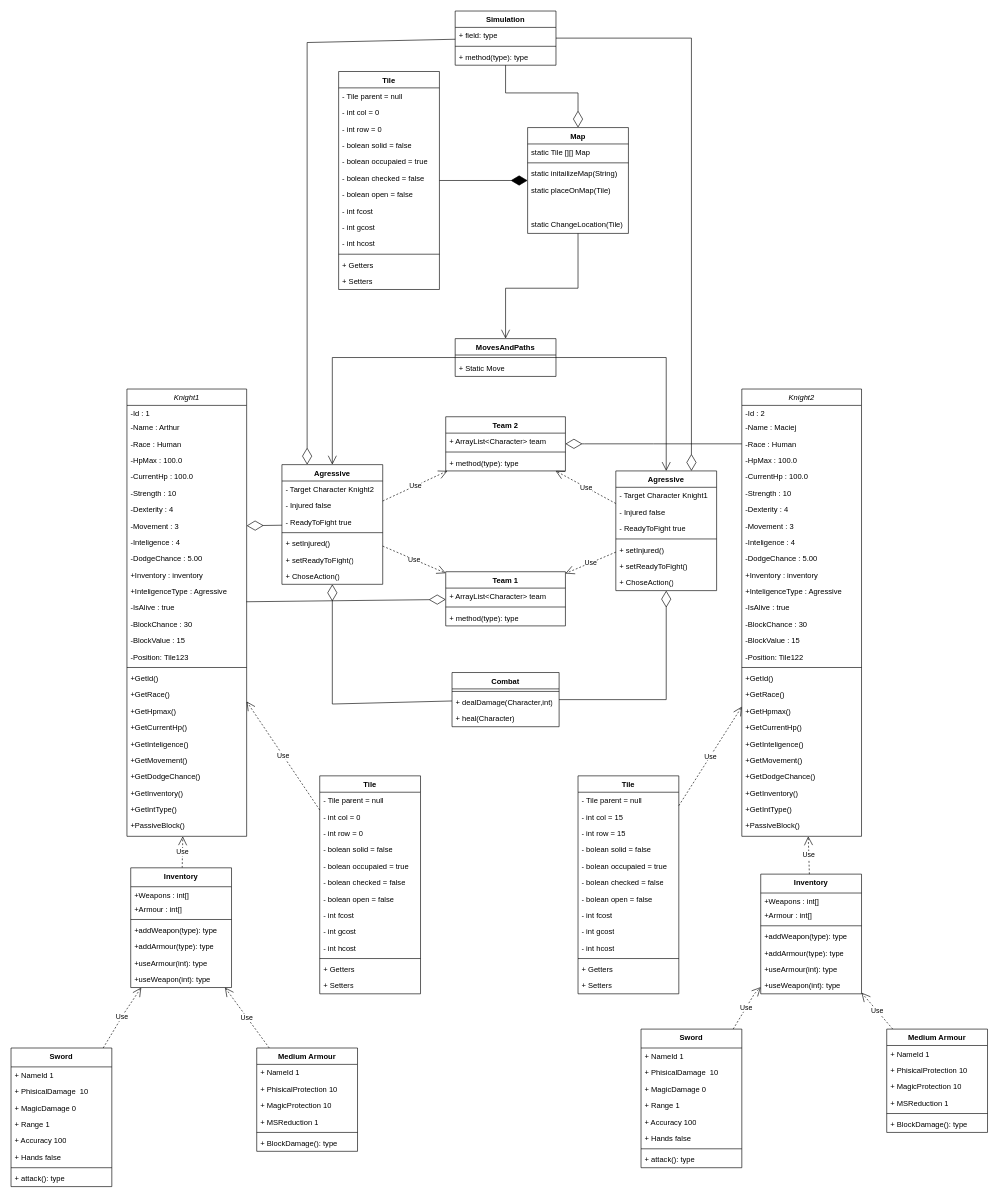
Jolowizzard/Fantasy_Battle_Simulation keeps this draw.io diagram as ClassDiagramCompleted.drawio. Above is the earlier version. Source tidied: cells renumbered, new cells numbered last; positions are measured from the earlier drawing's top-left corner, leaving out a move shared by most shapes. Both pictures are drawn from the tidied source at 63%, with x=0, y=0 at pixel (11, 11).
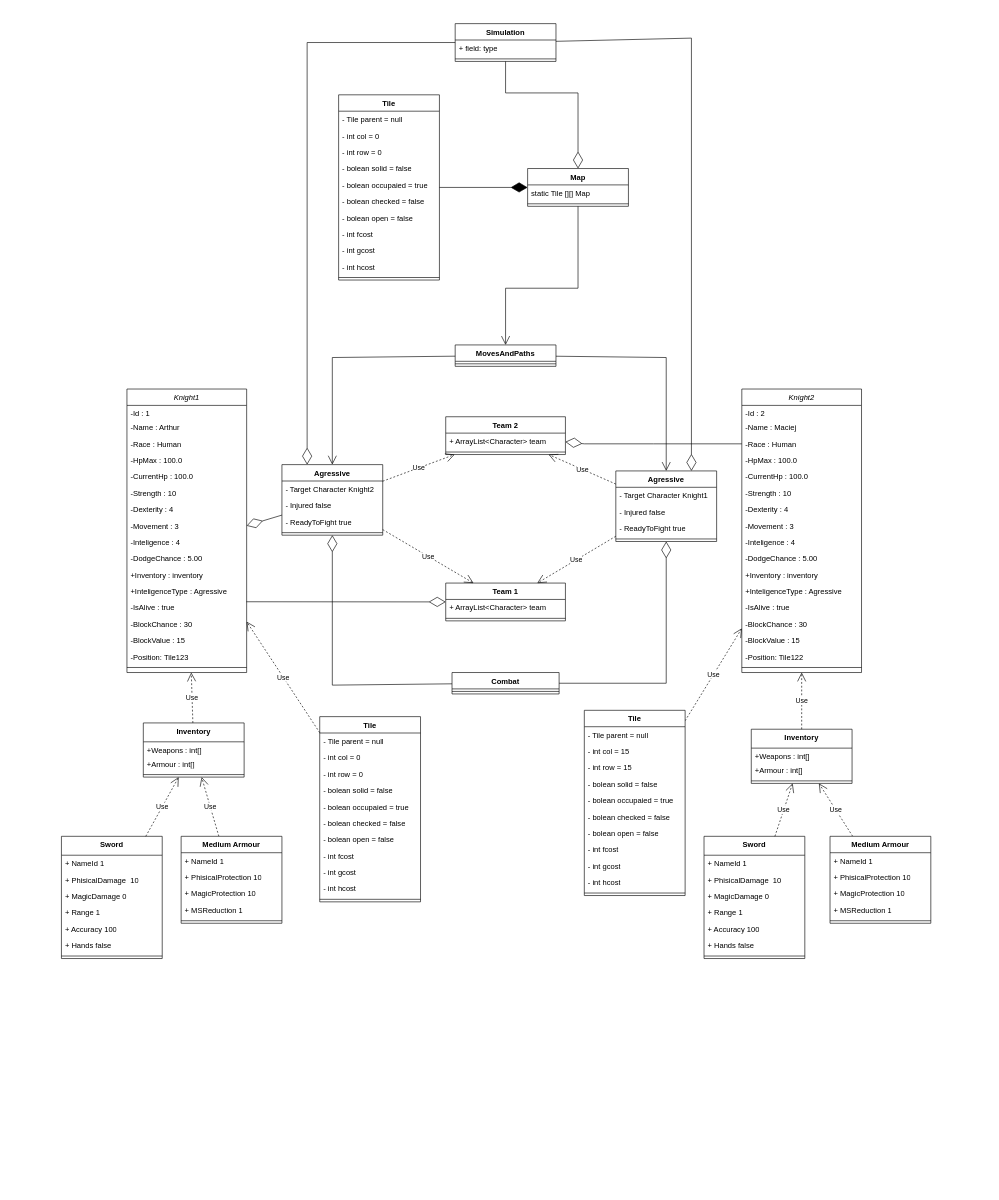
After the change.

The edit, as a diff of the source:
```diff
@@
     <mxCell id="2" value="Map" style="swimlane;fontStyle=1;align=center;verticalAlign=top;horizontal=1;startSize=26;whiteSpace=wrap;html=1;" parent="1" vertex="1">
-      <mxGeometry x="820" y="185" width="160" height="168" as="geometry" />
+      <mxGeometry x="820" y="250" width="160" height="60" as="geometry" />
     </mxCell>
@@
-    <mxCell id="5" value="static initailizeMap(String)" style="text;strokeColor=none;fillColor=none;align=left;verticalAlign=top;spacingLeft=4;spacingRight=4;overflow=hidden;whiteSpace=wrap;html=1;" parent="2" vertex="1">
-      <mxGeometry y="60" width="160" height="26" as="geometry" />
-    </mxCell>
-    <mxCell id="6" value="static placeOnMap(Tile)" style="text;strokeColor=none;fillColor=none;align=left;verticalAlign=top;spacingLeft=4;spacingRight=4;overflow=hidden;whiteSpace=wrap;html=1;" parent="2" vertex="1">
-      <mxGeometry y="86" width="160" height="54" as="geometry" />
-    </mxCell>
-    <mxCell id="7" value="static ChangeLocation(Tile)" style="text;strokeColor=none;fillColor=none;align=left;verticalAlign=top;spacingLeft=4;spacingRight=4;overflow=hidden;whiteSpace=wrap;html=1;" parent="2" vertex="1">
-      <mxGeometry y="140" width="160" height="28" as="geometry" />
-    </mxCell>
     <mxCell id="8" value="Tile" style="swimlane;fontStyle=1;align=center;verticalAlign=top;horizontal=1;startSize=26;whiteSpace=wrap;html=1;" parent="1" vertex="1">
-      <mxGeometry x="490" y="1214" width="160" height="346" as="geometry" />
+      <mxGeometry x="490" y="1120" width="160" height="294" as="geometry" />
     </mxCell>
@@
-    <mxCell id="20" value="+ Getters" style="text;strokeColor=none;fillColor=none;align=left;verticalAlign=top;spacingLeft=4;spacingRight=4;overflow=hidden;whiteSpace=wrap;html=1;" parent="8" vertex="1">
-      <mxGeometry y="294" width="160" height="26" as="geometry" />
-    </mxCell>
-    <mxCell id="21" value="+ Setters" style="text;strokeColor=none;fillColor=none;align=left;verticalAlign=top;spacingLeft=4;spacingRight=4;overflow=hidden;whiteSpace=wrap;html=1;" parent="8" vertex="1">
-      <mxGeometry y="320" width="160" height="26" as="geometry" />
-    </mxCell>
     <mxCell id="22" value="MovesAndPaths" style="swimlane;fontStyle=1;align=center;verticalAlign=top;horizontal=1;startSize=26;whiteSpace=wrap;html=1;" parent="1" vertex="1">
-      <mxGeometry x="705" y="520" width="160" height="60" as="geometry" />
+      <mxGeometry x="705" y="530" width="160" height="34" as="geometry" />
     </mxCell>
@@
-    <mxCell id="24" value="+ Static Move" style="text;strokeColor=none;fillColor=none;align=left;verticalAlign=top;spacingLeft=4;spacingRight=4;overflow=hidden;whiteSpace=wrap;html=1;" parent="22" vertex="1">
-      <mxGeometry y="34" width="160" height="26" as="geometry" />
-    </mxCell>
@@
     <mxCell id="26" value="Inventory" style="swimlane;fontStyle=1;align=center;verticalAlign=top;horizontal=1;startSize=30;whiteSpace=wrap;html=1;" parent="1" vertex="1">
-      <mxGeometry x="1190" y="1370" width="160" height="190" as="geometry" />
+      <mxGeometry x="1175" y="1140" width="160" height="86" as="geometry" />
     </mxCell>
@@
-    <mxCell id="30" value="+addWeapon(type): type" style="text;strokeColor=none;fillColor=none;align=left;verticalAlign=top;spacingLeft=4;spacingRight=4;overflow=hidden;whiteSpace=wrap;html=1;" parent="26" vertex="1">
-      <mxGeometry y="86" width="160" height="26" as="geometry" />
-    </mxCell>
-    <mxCell id="31" value="+addArmour(type): type" style="text;strokeColor=none;fillColor=none;align=left;verticalAlign=top;spacingLeft=4;spacingRight=4;overflow=hidden;whiteSpace=wrap;html=1;" parent="26" vertex="1">
-      <mxGeometry y="112" width="160" height="26" as="geometry" />
-    </mxCell>
-    <mxCell id="32" value="+useArmour(int): type" style="text;strokeColor=none;fillColor=none;align=left;verticalAlign=top;spacingLeft=4;spacingRight=4;overflow=hidden;whiteSpace=wrap;html=1;" parent="26" vertex="1">
-      <mxGeometry y="138" width="160" height="26" as="geometry" />
-    </mxCell>
-    <mxCell id="33" value="+useWeapon(int): type" style="text;strokeColor=none;fillColor=none;align=left;verticalAlign=top;spacingLeft=4;spacingRight=4;overflow=hidden;whiteSpace=wrap;html=1;" parent="26" vertex="1">
-      <mxGeometry y="164" width="160" height="26" as="geometry" />
-    </mxCell>
@@
     <mxCell id="35" value="Simulation" style="swimlane;fontStyle=1;align=center;verticalAlign=top;horizontal=1;startSize=26;whiteSpace=wrap;html=1;" parent="1" vertex="1">
-      <mxGeometry x="705" width="160" height="86" as="geometry" />
+      <mxGeometry x="705" y="20" width="160" height="60" as="geometry" />
     </mxCell>
@@
-    <mxCell id="38" value="+ method(type): type" style="text;strokeColor=none;fillColor=none;align=left;verticalAlign=top;spacingLeft=4;spacingRight=4;overflow=hidden;whiteSpace=wrap;html=1;" parent="35" vertex="1">
-      <mxGeometry y="60" width="160" height="26" as="geometry" />
-    </mxCell>
     <mxCell id="39" value="Combat" style="swimlane;fontStyle=1;align=center;verticalAlign=top;horizontal=1;startSize=26;whiteSpace=wrap;html=1;" parent="1" vertex="1">
-      <mxGeometry x="700" y="1050" width="170" height="86" as="geometry" />
+      <mxGeometry x="700" y="1050" width="170" height="34" as="geometry" />
     </mxCell>
@@
-    <mxCell id="41" value="+ dealDamage(Character,int)" style="text;strokeColor=none;fillColor=none;align=left;verticalAlign=top;spacingLeft=4;spacingRight=4;overflow=hidden;whiteSpace=wrap;html=1;" parent="39" vertex="1">
-      <mxGeometry y="34" width="170" height="26" as="geometry" />
-    </mxCell>
-    <mxCell id="42" value="+ heal(Character)" style="text;strokeColor=none;fillColor=none;align=left;verticalAlign=top;spacingLeft=4;spacingRight=4;overflow=hidden;whiteSpace=wrap;html=1;" parent="39" vertex="1">
-      <mxGeometry y="60" width="170" height="26" as="geometry" />
-    </mxCell>
@@
     <mxCell id="44" value="Team 2" style="swimlane;fontStyle=1;align=center;verticalAlign=top;horizontal=1;startSize=26;whiteSpace=wrap;html=1;" parent="1" vertex="1">
-      <mxGeometry x="690" y="644" width="190" height="86" as="geometry" />
+      <mxGeometry x="690" y="644" width="190" height="60" as="geometry" />
     </mxCell>
@@
-    <mxCell id="47" value="+ method(type): type" style="text;strokeColor=none;fillColor=none;align=left;verticalAlign=top;spacingLeft=4;spacingRight=4;overflow=hidden;whiteSpace=wrap;html=1;" parent="44" vertex="1">
-      <mxGeometry y="60" width="190" height="26" as="geometry" />
-    </mxCell>
@@
     <mxCell id="50" value="Medium Armour" style="swimlane;fontStyle=1;align=center;verticalAlign=top;horizontal=1;startSize=26;whiteSpace=wrap;html=1;" parent="1" vertex="1">
-      <mxGeometry x="1390" y="1616" width="160" height="164" as="geometry" />
+      <mxGeometry x="1300" y="1310" width="160" height="138" as="geometry" />
     </mxCell>
@@
-    <mxCell id="56" value="+ BlockDamage(): type" style="text;strokeColor=none;fillColor=none;align=left;verticalAlign=top;spacingLeft=4;spacingRight=4;overflow=hidden;whiteSpace=wrap;html=1;" parent="50" vertex="1">
-      <mxGeometry y="138" width="160" height="26" as="geometry" />
-    </mxCell>
     <mxCell id="57" value="Sword" style="swimlane;fontStyle=1;align=center;verticalAlign=top;horizontal=1;startSize=30;whiteSpace=wrap;html=1;" parent="1" vertex="1">
-      <mxGeometry x="1000" y="1616" width="160" height="220" as="geometry" />
+      <mxGeometry x="1100" y="1310" width="160" height="194" as="geometry" />
     </mxCell>
@@
-    <mxCell id="65" value="+ attack(): type" style="text;strokeColor=none;fillColor=none;align=left;verticalAlign=top;spacingLeft=4;spacingRight=4;overflow=hidden;whiteSpace=wrap;html=1;" parent="57" vertex="1">
-      <mxGeometry y="194" width="160" height="26" as="geometry" />
-    </mxCell>
-    <mxCell id="66" value="Use" style="endArrow=open;endSize=12;dashed=1;html=1;rounded=0;" parent="1" edge="1" source="57" target="26">
-      <mxGeometry relative="1" as="geometry">
-        <Array as="points">
-          <mxPoint x="1180" y="1560" />
-        </Array>
-      </mxGeometry>
-    </mxCell>
     <mxCell id="67" value="Agressive" style="swimlane;fontStyle=1;align=center;verticalAlign=top;horizontal=1;startSize=26;whiteSpace=wrap;html=1;" parent="1" vertex="1">
-      <mxGeometry x="430" y="720" width="160" height="190" as="geometry" />
+      <mxGeometry x="430" y="720" width="160" height="112" as="geometry" />
     </mxCell>
@@
-    <mxCell id="72" value="+ setInjured()" style="text;strokeColor=none;fillColor=none;align=left;verticalAlign=top;spacingLeft=4;spacingRight=4;overflow=hidden;whiteSpace=wrap;html=1;" parent="67" vertex="1">
-      <mxGeometry y="112" width="160" height="26" as="geometry" />
-    </mxCell>
-    <mxCell id="73" value="+ setReadyToFight()" style="text;strokeColor=none;fillColor=none;align=left;verticalAlign=top;spacingLeft=4;spacingRight=4;overflow=hidden;whiteSpace=wrap;html=1;" parent="67" vertex="1">
-      <mxGeometry y="138" width="160" height="26" as="geometry" />
-    </mxCell>
-    <mxCell id="74" value="+ ChoseAction()" style="text;strokeColor=none;fillColor=none;align=left;verticalAlign=top;spacingLeft=4;spacingRight=4;overflow=hidden;whiteSpace=wrap;html=1;" parent="67" vertex="1">
-      <mxGeometry y="164" width="160" height="26" as="geometry" />
-    </mxCell>
     <mxCell id="75" value="Knight1" style="swimlane;fontStyle=2;align=center;verticalAlign=top;horizontal=1;startSize=26;rounded=0;shadow=0;strokeWidth=1;" parent="1" vertex="1">
-      <mxGeometry x="184" y="600" width="190" height="710" as="geometry" />
+      <mxGeometry x="184" y="600" width="190" height="450" as="geometry" />
     </mxCell>
@@
-    <mxCell id="93" value="+GetId()" style="text;align=left;verticalAlign=top;spacingLeft=4;spacingRight=4;overflow=hidden;" parent="75" vertex="1">
-      <mxGeometry y="446" width="190" height="26" as="geometry" />
-    </mxCell>
-    <mxCell id="94" value="+GetRace()" style="text;align=left;verticalAlign=top;spacingLeft=4;spacingRight=4;overflow=hidden;" parent="75" vertex="1">
-      <mxGeometry y="472" width="190" height="26" as="geometry" />
-    </mxCell>
-    <mxCell id="95" value="+GetHpmax()" style="text;align=left;verticalAlign=top;spacingLeft=4;spacingRight=4;overflow=hidden;" parent="75" vertex="1">
-      <mxGeometry y="498" width="190" height="26" as="geometry" />
-    </mxCell>
-    <mxCell id="96" value="+GetCurrentHp()" style="text;align=left;verticalAlign=top;spacingLeft=4;spacingRight=4;overflow=hidden;" parent="75" vertex="1">
-      <mxGeometry y="524" width="190" height="26" as="geometry" />
-    </mxCell>
-    <mxCell id="97" value="+GetInteligence()" style="text;align=left;verticalAlign=top;spacingLeft=4;spacingRight=4;overflow=hidden;" parent="75" vertex="1">
-      <mxGeometry y="550" width="190" height="26" as="geometry" />
-    </mxCell>
-    <mxCell id="98" value="+GetMovement()" style="text;align=left;verticalAlign=top;spacingLeft=4;spacingRight=4;overflow=hidden;" parent="75" vertex="1">
-      <mxGeometry y="576" width="190" height="26" as="geometry" />
-    </mxCell>
-    <mxCell id="99" value="+GetDodgeChance()" style="text;align=left;verticalAlign=top;spacingLeft=4;spacingRight=4;overflow=hidden;" parent="75" vertex="1">
-      <mxGeometry y="602" width="190" height="26" as="geometry" />
-    </mxCell>
-    <mxCell id="100" value="+GetInventory()" style="text;align=left;verticalAlign=top;spacingLeft=4;spacingRight=4;overflow=hidden;" parent="75" vertex="1">
-      <mxGeometry y="628" width="190" height="26" as="geometry" />
-    </mxCell>
-    <mxCell id="101" value="+GetIntType()" style="text;align=left;verticalAlign=top;spacingLeft=4;spacingRight=4;overflow=hidden;" parent="75" vertex="1">
-      <mxGeometry y="654" width="190" height="26" as="geometry" />
-    </mxCell>
-    <mxCell id="102" value="+PassiveBlock()" style="text;align=left;verticalAlign=top;spacingLeft=4;spacingRight=4;overflow=hidden;" parent="75" vertex="1">
-      <mxGeometry y="680" width="190" height="26" as="geometry" />
-    </mxCell>
     <mxCell id="103" value="Knight2" style="swimlane;fontStyle=2;align=center;verticalAlign=top;horizontal=1;startSize=26;rounded=0;shadow=0;strokeWidth=1;" parent="1" vertex="1">
-      <mxGeometry x="1160" y="600" width="190" height="710" as="geometry" />
+      <mxGeometry x="1160" y="600" width="190" height="450" as="geometry" />
     </mxCell>
@@
-    <mxCell id="121" value="+GetId()" style="text;align=left;verticalAlign=top;spacingLeft=4;spacingRight=4;overflow=hidden;" parent="103" vertex="1">
-      <mxGeometry y="446" width="190" height="26" as="geometry" />
-    </mxCell>
-    <mxCell id="122" value="+GetRace()" style="text;align=left;verticalAlign=top;spacingLeft=4;spacingRight=4;overflow=hidden;" parent="103" vertex="1">
-      <mxGeometry y="472" width="190" height="26" as="geometry" />
-    </mxCell>
-    <mxCell id="123" value="+GetHpmax()" style="text;align=left;verticalAlign=top;spacingLeft=4;spacingRight=4;overflow=hidden;" parent="103" vertex="1">
-      <mxGeometry y="498" width="190" height="26" as="geometry" />
-    </mxCell>
-    <mxCell id="124" value="+GetCurrentHp()" style="text;align=left;verticalAlign=top;spacingLeft=4;spacingRight=4;overflow=hidden;" parent="103" vertex="1">
-      <mxGeometry y="524" width="190" height="26" as="geometry" />
-    </mxCell>
-    <mxCell id="125" value="+GetInteligence()" style="text;align=left;verticalAlign=top;spacingLeft=4;spacingRight=4;overflow=hidden;" parent="103" vertex="1">
-      <mxGeometry y="550" width="190" height="26" as="geometry" />
-    </mxCell>
-    <mxCell id="126" value="+GetMovement()" style="text;align=left;verticalAlign=top;spacingLeft=4;spacingRight=4;overflow=hidden;" parent="103" vertex="1">
-      <mxGeometry y="576" width="190" height="26" as="geometry" />
-    </mxCell>
-    <mxCell id="127" value="+GetDodgeChance()" style="text;align=left;verticalAlign=top;spacingLeft=4;spacingRight=4;overflow=hidden;" parent="103" vertex="1">
-      <mxGeometry y="602" width="190" height="26" as="geometry" />
-    </mxCell>
-    <mxCell id="128" value="+GetInventory()" style="text;align=left;verticalAlign=top;spacingLeft=4;spacingRight=4;overflow=hidden;" parent="103" vertex="1">
-      <mxGeometry y="628" width="190" height="26" as="geometry" />
-    </mxCell>
-    <mxCell id="129" value="+GetIntType()" style="text;align=left;verticalAlign=top;spacingLeft=4;spacingRight=4;overflow=hidden;" parent="103" vertex="1">
-      <mxGeometry y="654" width="190" height="26" as="geometry" />
-    </mxCell>
-    <mxCell id="130" value="+PassiveBlock()" style="text;align=left;verticalAlign=top;spacingLeft=4;spacingRight=4;overflow=hidden;" parent="103" vertex="1">
-      <mxGeometry y="680" width="190" height="26" as="geometry" />
-    </mxCell>
@@
     <mxCell id="132" value="Team 1" style="swimlane;fontStyle=1;align=center;verticalAlign=top;horizontal=1;startSize=26;whiteSpace=wrap;html=1;" parent="1" vertex="1">
-      <mxGeometry x="690" y="890" width="190" height="86" as="geometry" />
+      <mxGeometry x="690" y="908" width="190" height="60" as="geometry" />
     </mxCell>
@@
-    <mxCell id="135" value="+ method(type): type" style="text;strokeColor=none;fillColor=none;align=left;verticalAlign=top;spacingLeft=4;spacingRight=4;overflow=hidden;whiteSpace=wrap;html=1;" parent="132" vertex="1">
-      <mxGeometry y="60" width="190" height="26" as="geometry" />
-    </mxCell>
@@
     <mxCell id="138" value="Inventory" style="swimlane;fontStyle=1;align=center;verticalAlign=top;horizontal=1;startSize=30;whiteSpace=wrap;html=1;" parent="1" vertex="1">
-      <mxGeometry x="190" y="1360" width="160" height="190" as="geometry" />
+      <mxGeometry x="210" y="1130" width="160" height="86" as="geometry" />
     </mxCell>
@@
-    <mxCell id="142" value="+addWeapon(type): type" style="text;strokeColor=none;fillColor=none;align=left;verticalAlign=top;spacingLeft=4;spacingRight=4;overflow=hidden;whiteSpace=wrap;html=1;" parent="138" vertex="1">
-      <mxGeometry y="86" width="160" height="26" as="geometry" />
-    </mxCell>
-    <mxCell id="143" value="+addArmour(type): type" style="text;strokeColor=none;fillColor=none;align=left;verticalAlign=top;spacingLeft=4;spacingRight=4;overflow=hidden;whiteSpace=wrap;html=1;" parent="138" vertex="1">
-      <mxGeometry y="112" width="160" height="26" as="geometry" />
-    </mxCell>
-    <mxCell id="144" value="+useArmour(int): type" style="text;strokeColor=none;fillColor=none;align=left;verticalAlign=top;spacingLeft=4;spacingRight=4;overflow=hidden;whiteSpace=wrap;html=1;" parent="138" vertex="1">
-      <mxGeometry y="138" width="160" height="26" as="geometry" />
-    </mxCell>
-    <mxCell id="145" value="+useWeapon(int): type" style="text;strokeColor=none;fillColor=none;align=left;verticalAlign=top;spacingLeft=4;spacingRight=4;overflow=hidden;whiteSpace=wrap;html=1;" parent="138" vertex="1">
-      <mxGeometry y="164" width="160" height="26" as="geometry" />
-    </mxCell>
@@
     <mxCell id="147" value="Medium Armour" style="swimlane;fontStyle=1;align=center;verticalAlign=top;horizontal=1;startSize=26;whiteSpace=wrap;html=1;" parent="1" vertex="1">
-      <mxGeometry x="390" y="1646" width="160" height="164" as="geometry" />
+      <mxGeometry x="270" y="1310" width="160" height="138" as="geometry" />
     </mxCell>
@@
-    <mxCell id="153" value="+ BlockDamage(): type" style="text;strokeColor=none;fillColor=none;align=left;verticalAlign=top;spacingLeft=4;spacingRight=4;overflow=hidden;whiteSpace=wrap;html=1;" parent="147" vertex="1">
-      <mxGeometry y="138" width="160" height="26" as="geometry" />
-    </mxCell>
     <mxCell id="154" value="Sword" style="swimlane;fontStyle=1;align=center;verticalAlign=top;horizontal=1;startSize=30;whiteSpace=wrap;html=1;" parent="1" vertex="1">
-      <mxGeometry y="1646" width="160" height="220" as="geometry" />
+      <mxGeometry x="80" y="1310" width="160" height="194" as="geometry" />
     </mxCell>
@@
-    <mxCell id="162" value="+ attack(): type" style="text;strokeColor=none;fillColor=none;align=left;verticalAlign=top;spacingLeft=4;spacingRight=4;overflow=hidden;whiteSpace=wrap;html=1;" parent="154" vertex="1">
-      <mxGeometry y="194" width="160" height="26" as="geometry" />
-    </mxCell>
-    <mxCell id="163" value="Use" style="endArrow=open;endSize=12;dashed=1;html=1;rounded=0;" parent="1" edge="1" source="154" target="138">
-      <mxGeometry relative="1" as="geometry">
-        <Array as="points">
-          <mxPoint x="180" y="1590" />
-        </Array>
-      </mxGeometry>
-    </mxCell>
@@
     <mxCell id="165" value="Tile" style="swimlane;fontStyle=1;align=center;verticalAlign=top;horizontal=1;startSize=26;whiteSpace=wrap;html=1;" parent="1" vertex="1">
-      <mxGeometry x="900" y="1214" width="160" height="346" as="geometry" />
+      <mxGeometry x="910" y="1110" width="160" height="294" as="geometry" />
     </mxCell>
@@
-    <mxCell id="177" value="+ Getters" style="text;strokeColor=none;fillColor=none;align=left;verticalAlign=top;spacingLeft=4;spacingRight=4;overflow=hidden;whiteSpace=wrap;html=1;" parent="165" vertex="1">
-      <mxGeometry y="294" width="160" height="26" as="geometry" />
-    </mxCell>
-    <mxCell id="178" value="+ Setters" style="text;strokeColor=none;fillColor=none;align=left;verticalAlign=top;spacingLeft=4;spacingRight=4;overflow=hidden;whiteSpace=wrap;html=1;" parent="165" vertex="1">
-      <mxGeometry y="320" width="160" height="26" as="geometry" />
-    </mxCell>
@@
     <mxCell id="180" value="Agressive" style="swimlane;fontStyle=1;align=center;verticalAlign=top;horizontal=1;startSize=26;whiteSpace=wrap;html=1;" parent="1" vertex="1">
-      <mxGeometry x="960" y="730" width="160" height="190" as="geometry" />
+      <mxGeometry x="960" y="730" width="160" height="112" as="geometry" />
     </mxCell>
@@
-    <mxCell id="185" value="+ setInjured()" style="text;strokeColor=none;fillColor=none;align=left;verticalAlign=top;spacingLeft=4;spacingRight=4;overflow=hidden;whiteSpace=wrap;html=1;" parent="180" vertex="1">
-      <mxGeometry y="112" width="160" height="26" as="geometry" />
-    </mxCell>
-    <mxCell id="186" value="+ setReadyToFight()" style="text;strokeColor=none;fillColor=none;align=left;verticalAlign=top;spacingLeft=4;spacingRight=4;overflow=hidden;whiteSpace=wrap;html=1;" parent="180" vertex="1">
-      <mxGeometry y="138" width="160" height="26" as="geometry" />
-    </mxCell>
-    <mxCell id="187" value="+ ChoseAction()" style="text;strokeColor=none;fillColor=none;align=left;verticalAlign=top;spacingLeft=4;spacingRight=4;overflow=hidden;whiteSpace=wrap;html=1;" parent="180" vertex="1">
-      <mxGeometry y="164" width="160" height="26" as="geometry" />
-    </mxCell>
@@
     <mxCell id="196" value="Tile" style="swimlane;fontStyle=1;align=center;verticalAlign=top;horizontal=1;startSize=26;whiteSpace=wrap;html=1;" parent="1" vertex="1">
-      <mxGeometry x="520" y="96" width="160" height="346" as="geometry" />
+      <mxGeometry x="520" y="133" width="160" height="294" as="geometry" />
     </mxCell>
@@
-    <mxCell id="208" value="+ Getters" style="text;strokeColor=none;fillColor=none;align=left;verticalAlign=top;spacingLeft=4;spacingRight=4;overflow=hidden;whiteSpace=wrap;html=1;" parent="196" vertex="1">
-      <mxGeometry y="294" width="160" height="26" as="geometry" />
-    </mxCell>
-    <mxCell id="209" value="+ Setters" style="text;strokeColor=none;fillColor=none;align=left;verticalAlign=top;spacingLeft=4;spacingRight=4;overflow=hidden;whiteSpace=wrap;html=1;" parent="196" vertex="1">
-      <mxGeometry y="320" width="160" height="26" as="geometry" />
-    </mxCell>
@@
     <mxCell id="211" style="endArrow=diamondThin;endFill=0;endSize=24;html=1;rounded=0;" parent="1" edge="1" source="39" target="67">
       <mxGeometry relative="1" as="geometry">
         <Array as="points">
-          <mxPoint x="510" y="1100" />
+          <mxPoint x="510" y="1070" />
         </Array>
       </mxGeometry>
     </mxCell>
     <mxCell id="212" style="endArrow=diamondThin;endFill=0;endSize=24;html=1;rounded=0;" parent="1" edge="1" source="39" target="180">
       <mxGeometry relative="1" as="geometry">
         <Array as="points">
-          <mxPoint x="1040" y="1093" />
+          <mxPoint x="1040" y="1067" />
         </Array>
       </mxGeometry>
     </mxCell>
+    <mxCell id="66" value="Use" style="endArrow=open;endSize=12;dashed=1;html=1;rounded=0;" parent="1" edge="1" source="57" target="26">
+      <mxGeometry relative="1" as="geometry" />
+    </mxCell>
+    <mxCell id="163" value="Use" style="endArrow=open;endSize=12;dashed=1;html=1;rounded=0;" parent="1" edge="1" source="154" target="138">
+      <mxGeometry relative="1" as="geometry" />
+    </mxCell>
```
